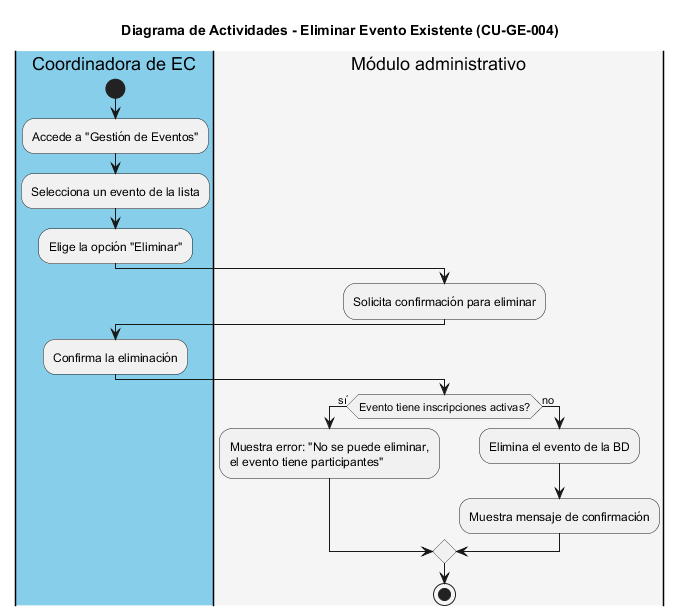
iKinoo/baby-salesforce-admin-module keeps this PlantUML diagram as img/CU-GE-004_Eliminar_Evento.png. Above is the earlier version. The source it was exported from:
```plantuml
@startuml
title Diagrama de Actividades - Eliminar Evento Existente (CU-GE-004)

|#skyblue|Coordinadora de EC|
start
:Accede a "Gestión de Eventos";
:Selecciona un evento de la lista;
:Elige la opción "Eliminar";

|#whitesmoke|Módulo administrativo|
:Solicita confirmación para eliminar;

|#skyblue|Coordinadora de EC|
:Confirma la eliminación;

|#whitesmoke|Módulo administrativo|
if (Evento tiene inscripciones activas?) then (sí)
   :Muestra error: "No se puede eliminar,
   el evento tiene participantes";
else (no)
  :Elimina el evento de la BD;
  :Muestra mensaje de confirmación;
endif
stop
@enduml
```
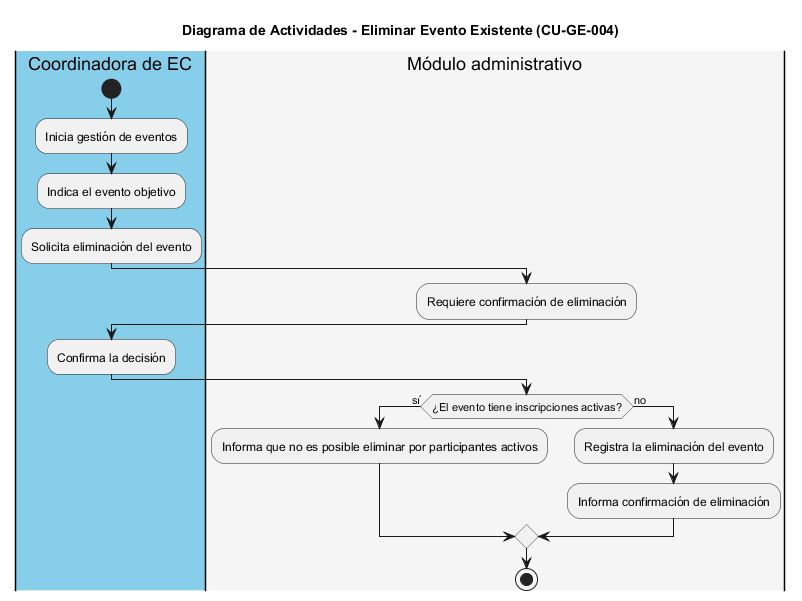
After the commit.

Change to the diagram source:
```diff
@@ -1,25 +1,24 @@
-@startuml
+@startuml CU-GE-004_Eliminar_Evento
 title Diagrama de Actividades - Eliminar Evento Existente (CU-GE-004)
 
 |#skyblue|Coordinadora de EC|
 start
-:Accede a "Gestión de Eventos";
-:Selecciona un evento de la lista;
-:Elige la opción "Eliminar";
+:Inicia gestión de eventos;
+:Indica el evento objetivo;
+:Solicita eliminación del evento;
 
 |#whitesmoke|Módulo administrativo|
-:Solicita confirmación para eliminar;
+:Requiere confirmación de eliminación;
 
 |#skyblue|Coordinadora de EC|
-:Confirma la eliminación;
+:Confirma la decisión;
 
 |#whitesmoke|Módulo administrativo|
-if (Evento tiene inscripciones activas?) then (sí)
-   :Muestra error: "No se puede eliminar,
-   el evento tiene participantes";
+if (¿El evento tiene inscripciones activas?) then (sí)
+   :Informa que no es posible eliminar por participantes activos;
 else (no)
-  :Elimina el evento de la BD;
-  :Muestra mensaje de confirmación;
+  :Registra la eliminación del evento;
+  :Informa confirmación de eliminación;
 endif
 stop
 @enduml
```
